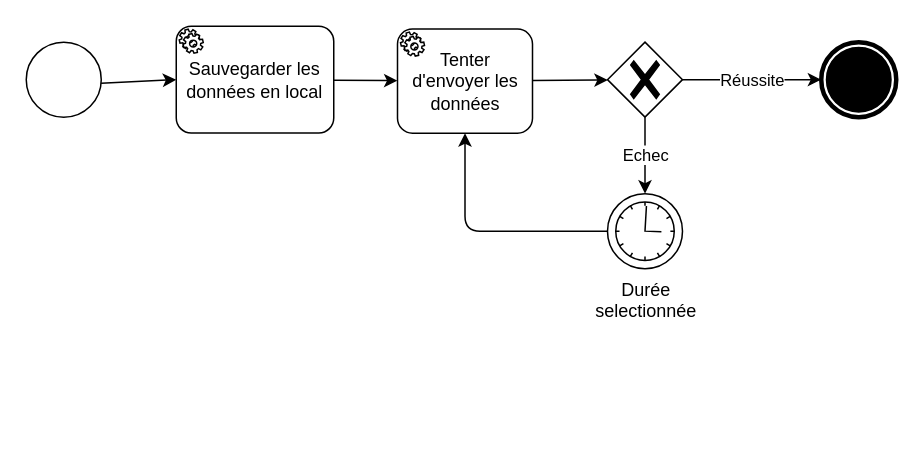
Earlier version of the draw.io diagram Documentation/Sous_taches/BPMN-ST-Synchro_montante.drawio (projetDansLaMontagne/Valpineta). Source tidied: cells renumbered, new cells numbered last; positions are measured from the earlier drawing's top-left corner, leaving out a move shared by most shapes. Both pictures are drawn from the tidied source at 150%, with x=0, y=0 at pixel (26, 26).
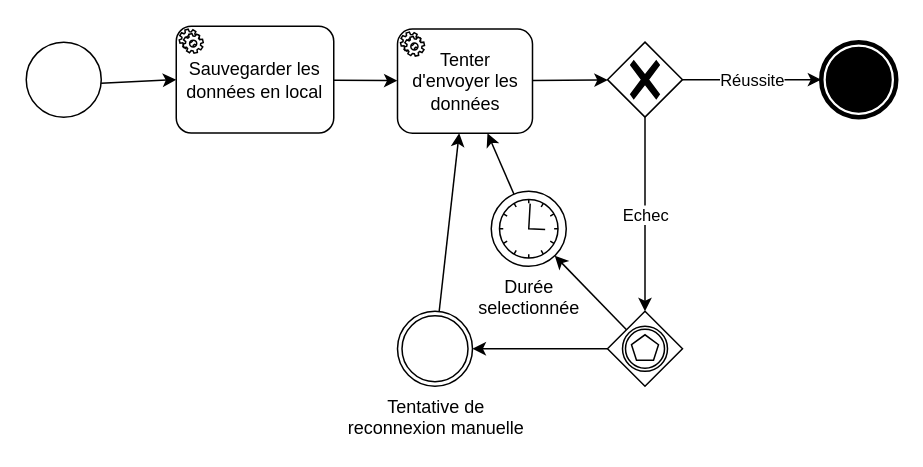
After the change.

Commit message:
Ajout de la possibilité de relancer une tentative de connexion manuellement

The edit, as a diff of the source:
```diff
@@
 <mxGraphModel>
   <root>
     <mxCell id="0" />
     <mxCell id="1" parent="0" />
     <mxCell id="2" style="edgeStyle=none;html=1;" parent="1" edge="1" source="3" target="5">
       <mxGeometry relative="1" as="geometry" />
     </mxCell>
     <mxCell id="3" value="Sauvegarder les données en local" style="points=[[0.25,0,0],[0.5,0,0],[0.75,0,0],[1,0.25,0],[1,0.5,0],[1,0.75,0],[0.75,1,0],[0.5,1,0],[0.25,1,0],[0,0.75,0],[0,0.5,0],[0,0.25,0]];shape=mxgraph.bpmn.task;whiteSpace=wrap;rectStyle=rounded;size=10;html=1;taskMarker=service;" parent="1" vertex="1">
       <mxGeometry x="100" width="105" height="71.2" as="geometry" />
     </mxCell>
     <mxCell id="4" style="edgeStyle=none;html=1;" parent="1" edge="1" source="5" target="8">
       <mxGeometry relative="1" as="geometry" />
     </mxCell>
     <mxCell id="5" value="Tenter d'envoyer les données" style="points=[[0.25,0,0],[0.5,0,0],[0.75,0,0],[1,0.25,0],[1,0.5,0],[1,0.75,0],[0.75,1,0],[0.5,1,0],[0.25,1,0],[0,0.75,0],[0,0.5,0],[0,0.25,0]];shape=mxgraph.bpmn.task;whiteSpace=wrap;rectStyle=rounded;size=10;html=1;taskMarker=service;" parent="1" vertex="1">
       <mxGeometry x="247.5" y="1.9" width="90" height="69.4" as="geometry" />
     </mxCell>
-    <mxCell id="6" value="Echec" style="edgeStyle=none;html=1;" parent="1" edge="1" source="8" target="10">
+    <mxCell id="6" value="Echec" style="edgeStyle=none;html=1;" parent="1" edge="1" source="8" target="16">
       <mxGeometry relative="1" as="geometry" />
     </mxCell>
     <mxCell id="7" value="Réussite" style="edgeStyle=none;html=1;" parent="1" edge="1" source="8" target="11">
       <mxGeometry relative="1" as="geometry" />
     </mxCell>
     <mxCell id="8" style="points=[[0.25,0.25,0],[0.5,0,0],[0.75,0.25,0],[1,0.5,0],[0.75,0.75,0],[0.5,1,0],[0.25,0.75,0],[0,0.5,0]];shape=mxgraph.bpmn.gateway2;html=1;verticalLabelPosition=bottom;labelBackgroundColor=#ffffff;verticalAlign=top;align=center;perimeter=rhombusPerimeter;outlineConnect=0;outline=none;symbol=none;gwType=exclusive;" parent="1" vertex="1">
       <mxGeometry x="387.5" y="10.6" width="50" height="50" as="geometry" />
     </mxCell>
     <mxCell id="9" style="edgeStyle=none;html=1;" parent="1" edge="1" source="10" target="5">
-      <mxGeometry relative="1" as="geometry">
-        <Array as="points">
-          <mxPoint x="292.5" y="136.6" />
-        </Array>
-      </mxGeometry>
+      <mxGeometry relative="1" as="geometry" />
     </mxCell>
     <mxCell id="10" value="Durée &lt;br&gt;selectionnée" style="points=[[0.145,0.145,0],[0.5,0,0],[0.855,0.145,0],[1,0.5,0],[0.855,0.855,0],[0.5,1,0],[0.145,0.855,0],[0,0.5,0]];shape=mxgraph.bpmn.event;html=1;verticalLabelPosition=bottom;labelBackgroundColor=#ffffff;verticalAlign=top;align=center;perimeter=ellipsePerimeter;outlineConnect=0;outline=standard;symbol=timer;" parent="1" vertex="1">
-      <mxGeometry x="387.5" y="111.6" width="50" height="50" as="geometry" />
+      <mxGeometry x="310" y="110" width="50" height="50" as="geometry" />
     </mxCell>
     <mxCell id="11" style="points=[[0.145,0.145,0],[0.5,0,0],[0.855,0.145,0],[1,0.5,0],[0.855,0.855,0],[0.5,1,0],[0.145,0.855,0],[0,0.5,0]];shape=mxgraph.bpmn.event;html=1;verticalLabelPosition=bottom;labelBackgroundColor=#ffffff;verticalAlign=top;align=center;perimeter=ellipsePerimeter;outlineConnect=0;outline=end;symbol=terminate;" parent="1" vertex="1">
       <mxGeometry x="530" y="10.6" width="50" height="50" as="geometry" />
     </mxCell>
     <mxCell id="12" style="edgeStyle=none;html=1;" parent="1" edge="1" source="13" target="3">
       <mxGeometry relative="1" as="geometry" />
     </mxCell>
     <mxCell id="13" style="points=[[0.145,0.145,0],[0.5,0,0],[0.855,0.145,0],[1,0.5,0],[0.855,0.855,0],[0.5,1,0],[0.145,0.855,0],[0,0.5,0]];shape=mxgraph.bpmn.event;html=1;verticalLabelPosition=bottom;labelBackgroundColor=#ffffff;verticalAlign=top;align=center;perimeter=ellipsePerimeter;outlineConnect=0;outline=standard;symbol=general;" parent="1" vertex="1">
       <mxGeometry y="10.6" width="50" height="50" as="geometry" />
     </mxCell>
+    <mxCell id="14" style="edgeStyle=none;html=1;" parent="1" edge="1" source="16" target="18">
+      <mxGeometry relative="1" as="geometry" />
+    </mxCell>
+    <mxCell id="15" style="edgeStyle=none;html=1;" parent="1" edge="1" source="16" target="10">
+      <mxGeometry relative="1" as="geometry" />
+    </mxCell>
+    <mxCell id="16" style="points=[[0.25,0.25,0],[0.5,0,0],[0.75,0.25,0],[1,0.5,0],[0.75,0.75,0],[0.5,1,0],[0.25,0.75,0],[0,0.5,0]];shape=mxgraph.bpmn.gateway2;html=1;verticalLabelPosition=bottom;labelBackgroundColor=#ffffff;verticalAlign=top;align=center;perimeter=rhombusPerimeter;outlineConnect=0;outline=catching;symbol=multiple;" parent="1" vertex="1">
+      <mxGeometry x="387.5" y="190" width="50" height="50" as="geometry" />
+    </mxCell>
+    <mxCell id="17" style="edgeStyle=none;html=1;" parent="1" edge="1" source="18" target="5">
+      <mxGeometry relative="1" as="geometry" />
+    </mxCell>
+    <mxCell id="18" value="Tentative de &lt;br&gt;reconnexion manuelle" style="points=[[0.145,0.145,0],[0.5,0,0],[0.855,0.145,0],[1,0.5,0],[0.855,0.855,0],[0.5,1,0],[0.145,0.855,0],[0,0.5,0]];shape=mxgraph.bpmn.event;html=1;verticalLabelPosition=bottom;labelBackgroundColor=#ffffff;verticalAlign=top;align=center;perimeter=ellipsePerimeter;outlineConnect=0;outline=throwing;symbol=general;" parent="1" vertex="1">
+      <mxGeometry x="247.5" y="190" width="50" height="50" as="geometry" />
+    </mxCell>
   </root>
 </mxGraphModel>
```
